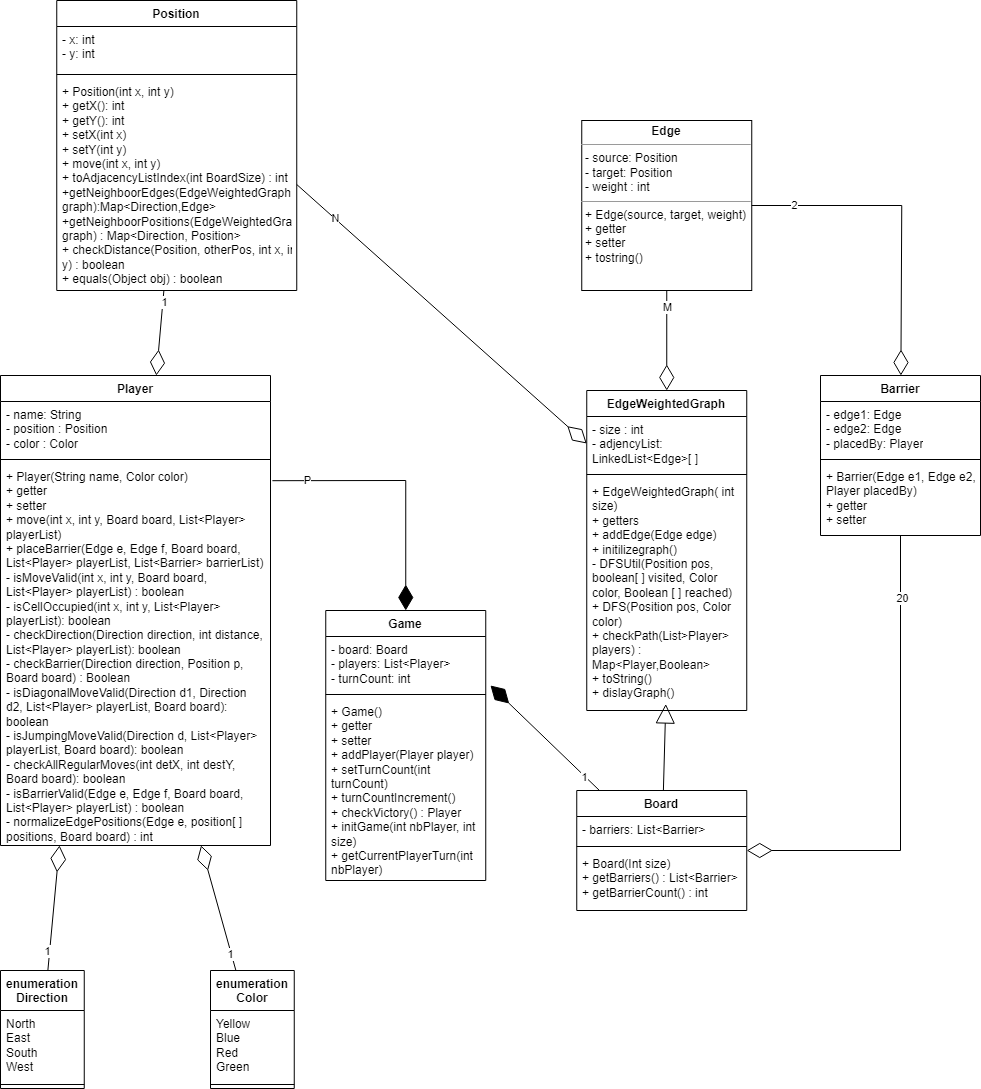
This is Diagrams/ClassDiagram/ClassDiagram.drawio.png from guillermfr/CYPath, a draw.io export, as it was before one commit. Source tidied: cells renumbered, new cells last; positions are measured from the earlier drawing's top-left corner, leaving out a move shared by most shapes.
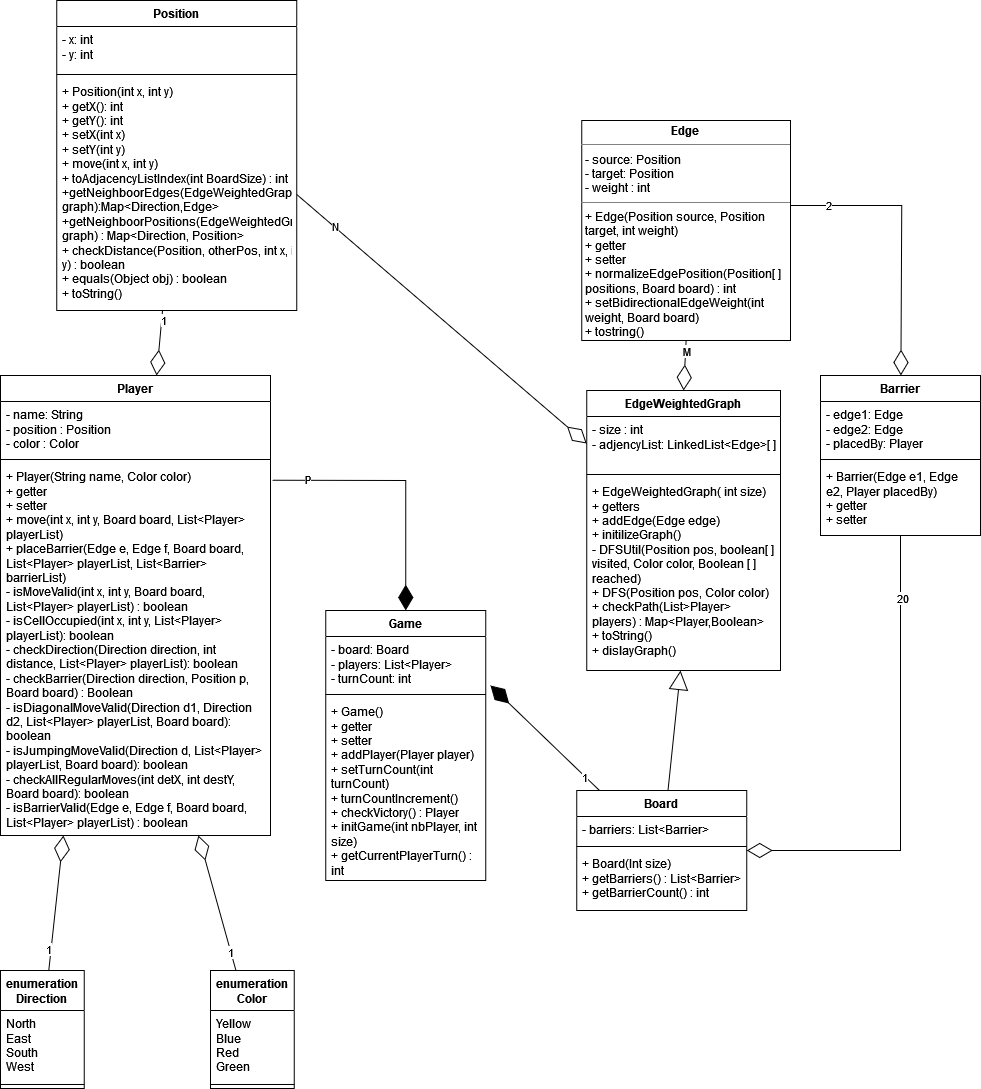
After the commit.

Commit message:
update class diagramm

Change to the diagram source:
```diff
@@ -3,19 +3,19 @@
     <mxCell id="0" />
     <mxCell id="1" parent="0" />
     <mxCell id="2" value="EdgeWeightedGraph" style="swimlane;fontStyle=1;align=center;verticalAlign=top;horizontal=1;startSize=26;whiteSpace=wrap;html=1;" parent="1" vertex="1">
-      <mxGeometry x="586.2" y="390" width="160" height="320" as="geometry" />
+      <mxGeometry x="586.2" y="390" width="193.8" height="280" as="geometry" />
     </mxCell>
     <mxCell id="3" value="&lt;div&gt;- size : int&lt;/div&gt;&lt;div&gt;- adjencyList: LinkedList&amp;lt;Edge&amp;gt;[ ]&lt;/div&gt;&lt;div&gt;&lt;br&gt;&lt;/div&gt;&lt;div&gt;&lt;br&gt;&lt;/div&gt;" style="text;strokeColor=none;fillColor=none;align=left;verticalAlign=top;spacingLeft=4;spacingRight=4;overflow=hidden;points=[[0,0.5],[1,0.5]];portConstraint=eastwest;whiteSpace=wrap;html=1;" parent="2" vertex="1">
-      <mxGeometry y="26" width="160" height="54" as="geometry" />
+      <mxGeometry y="26" width="193.8" height="54" as="geometry" />
     </mxCell>
     <mxCell id="4" style="line;strokeWidth=1;fillColor=none;align=left;verticalAlign=middle;spacingTop=-1;spacingLeft=3;spacingRight=3;labelPosition=right;strokeColor=inherit;" parent="2" vertex="1">
-      <mxGeometry y="80" width="160" height="8" as="geometry" />
+      <mxGeometry y="80" width="193.8" height="8" as="geometry" />
     </mxCell>
-    <mxCell id="5" value="&lt;div&gt;+ EdgeWeightedGraph( int size)&lt;/div&gt;&lt;div&gt;+ getters&lt;br&gt;&lt;/div&gt;&lt;div&gt;+ addEdge(Edge edge)&lt;/div&gt;&lt;div&gt;+ initilizegraph()&lt;/div&gt;&lt;div&gt;- DFSUtil(Position pos, boolean[ ] visited, Color color, Boolean [ ] reached)&lt;/div&gt;&lt;div&gt;+ DFS(Position pos, Color color)&lt;/div&gt;&lt;div&gt;+ checkPath(List&amp;gt;Player&amp;gt; players) : Map&amp;lt;Player,Boolean&amp;gt;&lt;/div&gt;&lt;div&gt;+ toString()&lt;/div&gt;&lt;div&gt;+ dislayGraph()&lt;br&gt;&lt;/div&gt;" style="text;strokeColor=none;fillColor=none;align=left;verticalAlign=top;spacingLeft=4;spacingRight=4;overflow=hidden;points=[[0,0.5],[1,0.5]];portConstraint=eastwest;whiteSpace=wrap;html=1;" parent="2" vertex="1">
-      <mxGeometry y="88" width="160" height="232" as="geometry" />
+    <mxCell id="5" value="&lt;div&gt;+ EdgeWeightedGraph( int size)&lt;/div&gt;&lt;div&gt;+ getters&lt;br&gt;&lt;/div&gt;&lt;div&gt;+ addEdge(Edge edge)&lt;/div&gt;&lt;div&gt;+ initilizeGraph()&lt;/div&gt;&lt;div&gt;- DFSUtil(Position pos, boolean[ ] visited, Color color, Boolean [ ] reached)&lt;/div&gt;&lt;div&gt;+ DFS(Position pos, Color color)&lt;/div&gt;&lt;div&gt;+ checkPath(List&amp;gt;Player&amp;gt; players) : Map&amp;lt;Player,Boolean&amp;gt;&lt;/div&gt;&lt;div&gt;+ toString()&lt;/div&gt;&lt;div&gt;+ dislayGraph()&lt;br&gt;&lt;/div&gt;" style="text;strokeColor=none;fillColor=none;align=left;verticalAlign=top;spacingLeft=4;spacingRight=4;overflow=hidden;points=[[0,0.5],[1,0.5]];portConstraint=eastwest;whiteSpace=wrap;html=1;" parent="2" vertex="1">
+      <mxGeometry y="88" width="193.8" height="192" as="geometry" />
     </mxCell>
     <mxCell id="6" value="Player" style="swimlane;fontStyle=1;align=center;verticalAlign=top;horizontal=1;startSize=26;whiteSpace=wrap;html=1;" parent="1" vertex="1">
-      <mxGeometry y="375" width="270" height="470" as="geometry" />
+      <mxGeometry y="375" width="270" height="460" as="geometry" />
     </mxCell>
     <mxCell id="7" value="&lt;div&gt;- name: String&lt;/div&gt;&lt;div&gt;- position : Position&lt;br&gt;- color : Color&lt;br&gt;&lt;/div&gt;&lt;div&gt;&lt;br&gt;&lt;/div&gt;" style="text;strokeColor=none;fillColor=none;align=left;verticalAlign=top;spacingLeft=4;spacingRight=4;overflow=hidden;whiteSpace=wrap;html=1;" parent="6" vertex="1">
       <mxGeometry y="26" width="270" height="54" as="geometry" />
@@ -23,8 +23,8 @@
     <mxCell id="8" style="line;strokeWidth=1;fillColor=none;align=left;verticalAlign=middle;spacingTop=-1;spacingLeft=3;spacingRight=3;labelPosition=right;strokeColor=inherit;" parent="6" vertex="1">
       <mxGeometry y="80" width="270" height="8" as="geometry" />
     </mxCell>
-    <mxCell id="9" value="+ Player(String name, Color color)&lt;br&gt;+ getter&lt;br&gt;+ setter&lt;br&gt;+ move(int x, int y, Board board, List&amp;lt;Player&amp;gt; playerList)&lt;br&gt;+ placeBarrier(Edge e, Edge f, Board board, List&amp;lt;Player&amp;gt; playerList, List&amp;lt;Barrier&amp;gt; barrierList)&lt;br&gt;- isMoveValid(int x, int y, Board board, List&amp;lt;Player&amp;gt; playerList) : boolean&lt;br&gt;- isCellOccupied(int x, int y, List&amp;lt;Player&amp;gt; playerList): boolean&lt;br&gt;&lt;div&gt;- checkDirection(Direction direction, int distance, List&amp;lt;Player&amp;gt; playerList): boolean&lt;/div&gt;&lt;div&gt;- checkBarrier(Direction direction, Position p, Board board) : Boolean&lt;br&gt;&lt;/div&gt;- isDiagonalMoveValid(Direction d1, Direction d2, List&amp;lt;Player&amp;gt; playerList, Board board): boolean&lt;br&gt;- isJumpingMoveValid(Direction d, List&amp;lt;Player&amp;gt; playerList, Board board): boolean&lt;br&gt;- checkAllRegularMoves(int detX, int destY, Board board): boolean&lt;br&gt;&lt;div&gt;- isBarrierValid(Edge e, Edge f, Board board, List&amp;lt;Player&amp;gt; playerList) : boolean&lt;/div&gt;&lt;div&gt;- normalizeEdgePositions(Edge e, position[ ] positions, Board board) : int&lt;br&gt;&lt;/div&gt;" style="text;strokeColor=none;fillColor=none;align=left;verticalAlign=top;spacingLeft=4;spacingRight=4;overflow=hidden;points=[[0,0.5],[1,0.5]];portConstraint=eastwest;whiteSpace=wrap;html=1;" parent="6" vertex="1">
-      <mxGeometry y="88" width="270" height="382" as="geometry" />
+    <mxCell id="9" value="+ Player(String name, Color color)&lt;br&gt;+ getter&lt;br&gt;+ setter&lt;br&gt;+ move(int x, int y, Board board, List&amp;lt;Player&amp;gt; playerList)&lt;br&gt;+ placeBarrier(Edge e, Edge f, Board board, List&amp;lt;Player&amp;gt; playerList, List&amp;lt;Barrier&amp;gt; barrierList)&lt;br&gt;- isMoveValid(int x, int y, Board board, List&amp;lt;Player&amp;gt; playerList) : boolean&lt;br&gt;- isCellOccupied(int x, int y, List&amp;lt;Player&amp;gt; playerList): boolean&lt;br&gt;&lt;div&gt;- checkDirection(Direction direction, int distance, List&amp;lt;Player&amp;gt; playerList): boolean&lt;/div&gt;&lt;div&gt;- checkBarrier(Direction direction, Position p, Board board) : Boolean&lt;br&gt;&lt;/div&gt;- isDiagonalMoveValid(Direction d1, Direction d2, List&amp;lt;Player&amp;gt; playerList, Board board): boolean&lt;br&gt;- isJumpingMoveValid(Direction d, List&amp;lt;Player&amp;gt; playerList, Board board): boolean&lt;br&gt;- checkAllRegularMoves(int detX, int destY, Board board): boolean&lt;br&gt;&lt;div&gt;- isBarrierValid(Edge e, Edge f, Board board, List&amp;lt;Player&amp;gt; playerList) : boolean&lt;/div&gt;" style="text;strokeColor=none;fillColor=none;align=left;verticalAlign=top;spacingLeft=4;spacingRight=4;overflow=hidden;points=[[0,0.5],[1,0.5]];portConstraint=eastwest;whiteSpace=wrap;html=1;" parent="6" vertex="1">
+      <mxGeometry y="88" width="270" height="372" as="geometry" />
     </mxCell>
     <mxCell id="10" value="Game" style="swimlane;fontStyle=1;align=center;verticalAlign=top;horizontal=1;startSize=26;whiteSpace=wrap;html=1;" parent="1" vertex="1">
       <mxGeometry x="325.2" y="610" width="160" height="270" as="geometry" />
@@ -35,7 +35,7 @@
     <mxCell id="12" style="line;strokeWidth=1;fillColor=none;align=left;verticalAlign=middle;spacingTop=-1;spacingLeft=3;spacingRight=3;labelPosition=right;strokeColor=inherit;" parent="10" vertex="1">
       <mxGeometry y="80" width="160" height="8" as="geometry" />
     </mxCell>
-    <mxCell id="13" value="+ Game()&lt;br&gt;+ getter&lt;br&gt;&lt;div&gt;+ setter&lt;/div&gt;&lt;div&gt;+ addPlayer(Player player)&lt;/div&gt;&lt;div&gt;+ setTurnCount(int turnCount)&lt;/div&gt;+ turnCountIncrement()&lt;br&gt;&lt;div&gt;+ checkVictory() : Player&lt;/div&gt;&lt;div&gt;+ initGame(int nbPlayer, int size)&lt;/div&gt;&lt;div&gt;+ getCurrentPlayerTurn(int nbPlayer)&lt;br&gt;&lt;/div&gt;" style="text;strokeColor=none;fillColor=none;align=left;verticalAlign=top;spacingLeft=4;spacingRight=4;overflow=hidden;whiteSpace=wrap;html=1;" parent="10" vertex="1">
+    <mxCell id="13" value="+ Game()&lt;br&gt;+ getter&lt;br&gt;&lt;div&gt;+ setter&lt;/div&gt;&lt;div&gt;+ addPlayer(Player player)&lt;/div&gt;&lt;div&gt;+ setTurnCount(int turnCount)&lt;/div&gt;+ turnCountIncrement()&lt;br&gt;&lt;div&gt;+ checkVictory() : Player&lt;/div&gt;&lt;div&gt;+ initGame(int nbPlayer, int size)&lt;/div&gt;&lt;div&gt;+ getCurrentPlayerTurn(&lt;span style=&quot;background-color: initial;&quot;&gt;) : int&lt;/span&gt;&lt;/div&gt;" style="text;strokeColor=none;fillColor=none;align=left;verticalAlign=top;spacingLeft=4;spacingRight=4;overflow=hidden;whiteSpace=wrap;html=1;" parent="10" vertex="1">
       <mxGeometry y="88" width="160" height="182" as="geometry" />
     </mxCell>
     <mxCell id="14" value="enumeration&lt;br&gt;Color" style="swimlane;fontStyle=1;align=center;verticalAlign=top;horizontal=1;startSize=40;whiteSpace=wrap;html=1;" parent="1" vertex="1">
@@ -48,7 +48,7 @@
       <mxGeometry y="110" width="83.8" height="8" as="geometry" />
     </mxCell>
     <mxCell id="17" value="Position" style="swimlane;fontStyle=1;align=center;verticalAlign=top;horizontal=1;startSize=26;whiteSpace=wrap;html=1;" parent="1" vertex="1">
-      <mxGeometry x="56.2" width="240" height="290" as="geometry" />
+      <mxGeometry x="56.2" width="240" height="310" as="geometry" />
     </mxCell>
     <mxCell id="18" value="- x: int&lt;br&gt;&lt;div&gt;- y: int&lt;/div&gt;" style="text;strokeColor=none;fillColor=none;align=left;verticalAlign=top;spacingLeft=4;spacingRight=4;overflow=hidden;whiteSpace=wrap;html=1;" parent="17" vertex="1">
       <mxGeometry y="26" width="240" height="44" as="geometry" />
@@ -56,20 +56,22 @@
     <mxCell id="19" style="line;strokeWidth=1;fillColor=none;align=left;verticalAlign=middle;spacingTop=-1;spacingLeft=3;spacingRight=3;labelPosition=right;strokeColor=inherit;" parent="17" vertex="1">
       <mxGeometry y="70" width="240" height="8" as="geometry" />
     </mxCell>
-    <mxCell id="20" value="+ Position(int x, int y)&lt;br&gt;+ getX(): int&lt;br&gt;+ getY(): int&lt;br&gt;+ setX(int x)&lt;br&gt;&lt;div&gt;+ setY(int y)&lt;/div&gt;&lt;div&gt;+ move(int x, int y)&lt;/div&gt;&lt;div&gt;+ toAdjacencyListIndex(int BoardSize) : int&lt;/div&gt;&lt;div&gt;+getNeighboorEdges(EdgeWeightedGraph graph):Map&amp;lt;Direction,Edge&amp;gt;&lt;/div&gt;&lt;div&gt;+getNeighboorPositions(EdgeWeightedGraph graph) : Map&amp;lt;Direction, Position&amp;gt;&lt;br&gt;&lt;/div&gt;&lt;div&gt;+ checkDistance(Position, otherPos, int x, int y) : boolean&lt;br&gt;&lt;/div&gt;&lt;div&gt;+ equals(Object obj) : boolean&lt;br&gt;&lt;/div&gt;" style="text;strokeColor=none;fillColor=none;align=left;verticalAlign=top;spacingLeft=4;spacingRight=4;overflow=hidden;points=[[0,0.5],[1,0.5]];portConstraint=eastwest;whiteSpace=wrap;html=1;" parent="17" vertex="1">
-      <mxGeometry y="78" width="240" height="212" as="geometry" />
+    <mxCell id="20" value="+ Position(int x, int y)&lt;br&gt;+ getX(): int&lt;br&gt;+ getY(): int&lt;br&gt;+ setX(int x)&lt;br&gt;&lt;div&gt;+ setY(int y)&lt;/div&gt;&lt;div&gt;+ move(int x, int y)&lt;/div&gt;&lt;div&gt;+ toAdjacencyListIndex(int BoardSize) : int&lt;/div&gt;&lt;div&gt;+getNeighboorEdges(EdgeWeightedGraph graph):Map&amp;lt;Direction,Edge&amp;gt;&lt;/div&gt;&lt;div&gt;+getNeighboorPositions(EdgeWeightedGraph graph) : Map&amp;lt;Direction, Position&amp;gt;&lt;br&gt;&lt;/div&gt;&lt;div&gt;+ checkDistance(Position, otherPos, int x, int y) : boolean&lt;br&gt;&lt;/div&gt;&lt;div&gt;+ equals(Object obj) : boolean&lt;/div&gt;&lt;div&gt;+ toString()&lt;br&gt;&lt;/div&gt;" style="text;strokeColor=none;fillColor=none;align=left;verticalAlign=top;spacingLeft=4;spacingRight=4;overflow=hidden;points=[[0,0.5],[1,0.5]];portConstraint=eastwest;whiteSpace=wrap;html=1;" parent="17" vertex="1">
+      <mxGeometry y="78" width="240" height="232" as="geometry" />
     </mxCell>
-    <mxCell id="21" style="endArrow=diamondThin;html=1;rounded=0;endFill=0;strokeWidth=1;endSize=23;" parent="1" edge="1" source="14" target="6">
+    <mxCell id="21" style="endArrow=diamondThin;html=1;rounded=0;endFill=0;strokeWidth=1;endSize=23;entryX=0.733;entryY=1;entryDx=0;entryDy=0;entryPerimeter=0;" parent="1" edge="1" source="14" target="9">
       <mxGeometry relative="1" as="geometry" />
     </mxCell>
     <mxCell id="22" value="1" style="edgeLabel;html=1;align=center;verticalAlign=middle;" parent="21" vertex="1">
       <mxGeometry x="-0.74" y="1" relative="1" as="geometry" />
     </mxCell>
-    <mxCell id="23" style="endArrow=block;html=1;rounded=0;entryX=0.494;entryY=0.972;entryDx=0;entryDy=0;entryPerimeter=0;endFill=0;strokeWidth=1;endSize=17;" parent="1" edge="1" source="31" target="5">
-      <mxGeometry relative="1" as="geometry" />
+    <mxCell id="23" style="endArrow=block;html=1;rounded=0;endFill=0;strokeWidth=1;endSize=17;" parent="1" edge="1" source="31">
+      <mxGeometry relative="1" as="geometry">
+        <mxPoint x="680" y="670" as="targetPoint" />
+      </mxGeometry>
     </mxCell>
-    <mxCell id="24" value="&lt;p style=&quot;margin:0px;margin-top:4px;text-align:center;&quot;&gt;&lt;b&gt;Edge&lt;br&gt;&lt;/b&gt;&lt;/p&gt;&lt;hr size=&quot;1&quot;&gt;&lt;p style=&quot;margin:0px;margin-left:4px;&quot;&gt;- source: Position&lt;/p&gt;&lt;p style=&quot;margin:0px;margin-left:4px;&quot;&gt;- target: Position&lt;/p&gt;&lt;p style=&quot;margin:0px;margin-left:4px;&quot;&gt;- weight : int&lt;br&gt;&lt;/p&gt;&lt;hr size=&quot;1&quot;&gt;&lt;p style=&quot;margin:0px;margin-left:4px;&quot;&gt;+ Edge(source, target, weight)&lt;/p&gt;&lt;p style=&quot;margin:0px;margin-left:4px;&quot;&gt;+ getter&lt;/p&gt;&lt;p style=&quot;margin:0px;margin-left:4px;&quot;&gt;+ setter&lt;/p&gt;&lt;p style=&quot;margin:0px;margin-left:4px;&quot;&gt;+ tostring()&lt;br&gt;&lt;/p&gt;" style="verticalAlign=top;align=left;overflow=fill;fontSize=12;fontFamily=Helvetica;html=1;whiteSpace=wrap;" parent="1" vertex="1">
-      <mxGeometry x="581.2" y="120" width="170" height="170" as="geometry" />
+    <mxCell id="24" value="&lt;p style=&quot;margin:0px;margin-top:4px;text-align:center;&quot;&gt;&lt;b&gt;Edge&lt;br&gt;&lt;/b&gt;&lt;/p&gt;&lt;hr size=&quot;1&quot;&gt;&lt;p style=&quot;margin:0px;margin-left:4px;&quot;&gt;- source: Position&lt;/p&gt;&lt;p style=&quot;margin:0px;margin-left:4px;&quot;&gt;- target: Position&lt;/p&gt;&lt;p style=&quot;margin:0px;margin-left:4px;&quot;&gt;- weight : int&lt;br&gt;&lt;/p&gt;&lt;hr size=&quot;1&quot;&gt;&lt;p style=&quot;margin:0px;margin-left:4px;&quot;&gt;+ Edge(Position source, Position target, int weight)&lt;/p&gt;&lt;p style=&quot;margin:0px;margin-left:4px;&quot;&gt;+ getter&lt;/p&gt;&lt;p style=&quot;margin:0px;margin-left:4px;&quot;&gt;+ setter&lt;/p&gt;&lt;p style=&quot;margin:0px;margin-left:4px;&quot;&gt;+ normalizeEdgePosition(Position[ ] positions, Board board) : int&lt;/p&gt;&lt;p style=&quot;margin:0px;margin-left:4px;&quot;&gt;+ setBidirectionalEdgeWeight(int weight, Board board)&lt;br&gt;&lt;/p&gt;&lt;p style=&quot;margin:0px;margin-left:4px;&quot;&gt;+ tostring()&lt;br&gt;&lt;/p&gt;" style="verticalAlign=top;align=left;overflow=fill;fontSize=12;fontFamily=Helvetica;html=1;whiteSpace=wrap;" parent="1" vertex="1">
+      <mxGeometry x="581.2" y="120" width="208.8" height="220" as="geometry" />
     </mxCell>
     <mxCell id="25" style="endArrow=diamondThin;html=1;rounded=0;endFill=0;strokeWidth=1;endSize=23;" parent="1" edge="1" source="17" target="6">
       <mxGeometry relative="1" as="geometry" />
@@ -143,8 +145,9 @@
     <mxCell id="44" value="20" style="edgeLabel;html=1;align=center;verticalAlign=middle;" parent="43" vertex="1">
       <mxGeometry x="-0.74" y="1" relative="1" as="geometry" />
     </mxCell>
-    <mxCell id="45" style="endArrow=diamondThin;html=1;rounded=0;endFill=0;strokeWidth=1;endSize=23;" parent="1" edge="1" source="24" target="39">
+    <mxCell id="45" style="endArrow=diamondThin;html=1;rounded=0;endFill=0;strokeWidth=1;endSize=23;" parent="1" edge="1" target="39">
       <mxGeometry relative="1" as="geometry">
+        <mxPoint x="790" y="205" as="sourcePoint" />
         <Array as="points">
           <mxPoint x="901.2" y="205" />
         </Array>
@@ -162,10 +165,8 @@
     <mxCell id="49" style="line;strokeWidth=1;fillColor=none;align=left;verticalAlign=middle;spacingTop=-1;spacingLeft=3;spacingRight=3;labelPosition=right;strokeColor=inherit;" parent="47" vertex="1">
       <mxGeometry y="110" width="83.8" height="8" as="geometry" />
     </mxCell>
-    <mxCell id="50" style="endArrow=diamondThin;endFill=0;endSize=24;html=1;rounded=0;" parent="1" edge="1" source="47">
-      <mxGeometry relative="1" as="geometry">
-        <mxPoint x="59" y="845" as="targetPoint" />
-      </mxGeometry>
+    <mxCell id="50" style="endArrow=diamondThin;endFill=0;endSize=24;html=1;rounded=0;entryX=0.233;entryY=1;entryDx=0;entryDy=0;entryPerimeter=0;" parent="1" edge="1" source="47" target="9">
+      <mxGeometry relative="1" as="geometry" />
     </mxCell>
     <mxCell id="51" value="1" style="edgeLabel;html=1;align=center;verticalAlign=middle;" parent="50" vertex="1">
       <mxGeometry x="-0.68" y="-2" relative="1" as="geometry">
```
